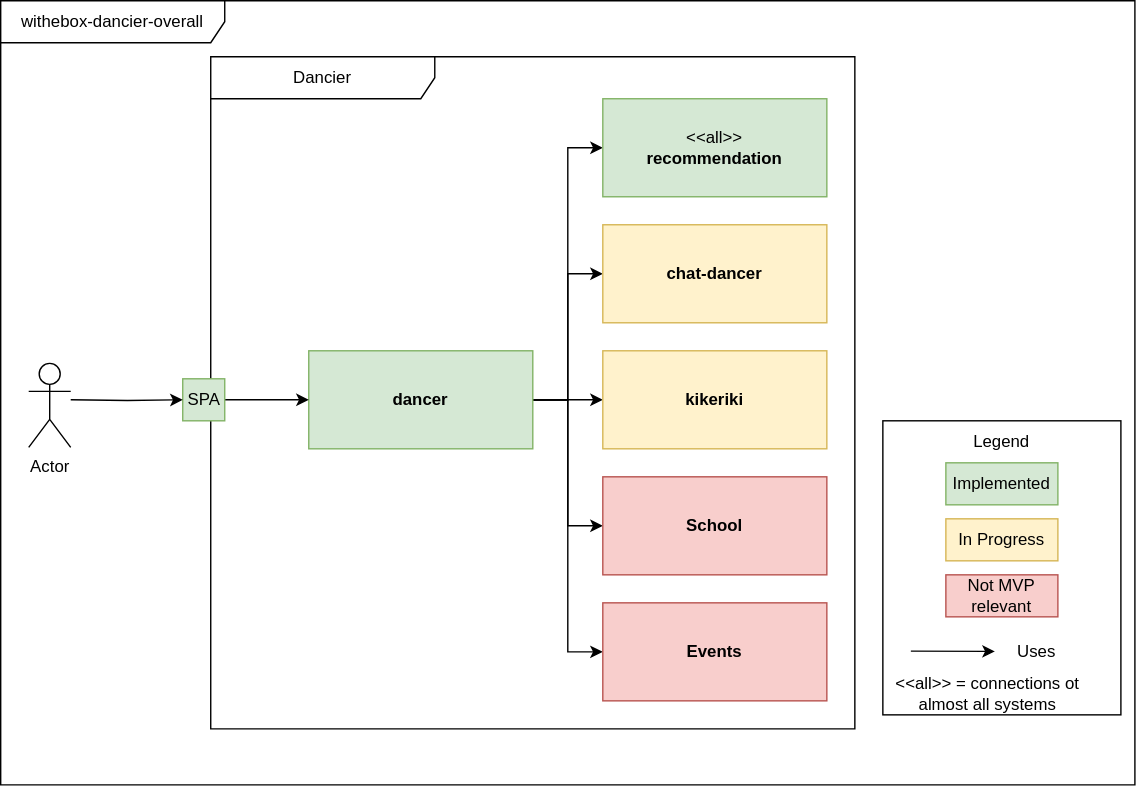
This is src/main/jbake/content/documentation/arc42/images/whitebox-overall-system.drawio.svg from dancier/documentation, a draw.io export, as it was before one commit. Source tidied: cells renumbered, new cells last; positions are measured from the earlier drawing's top-left corner, leaving out a move shared by most shapes.
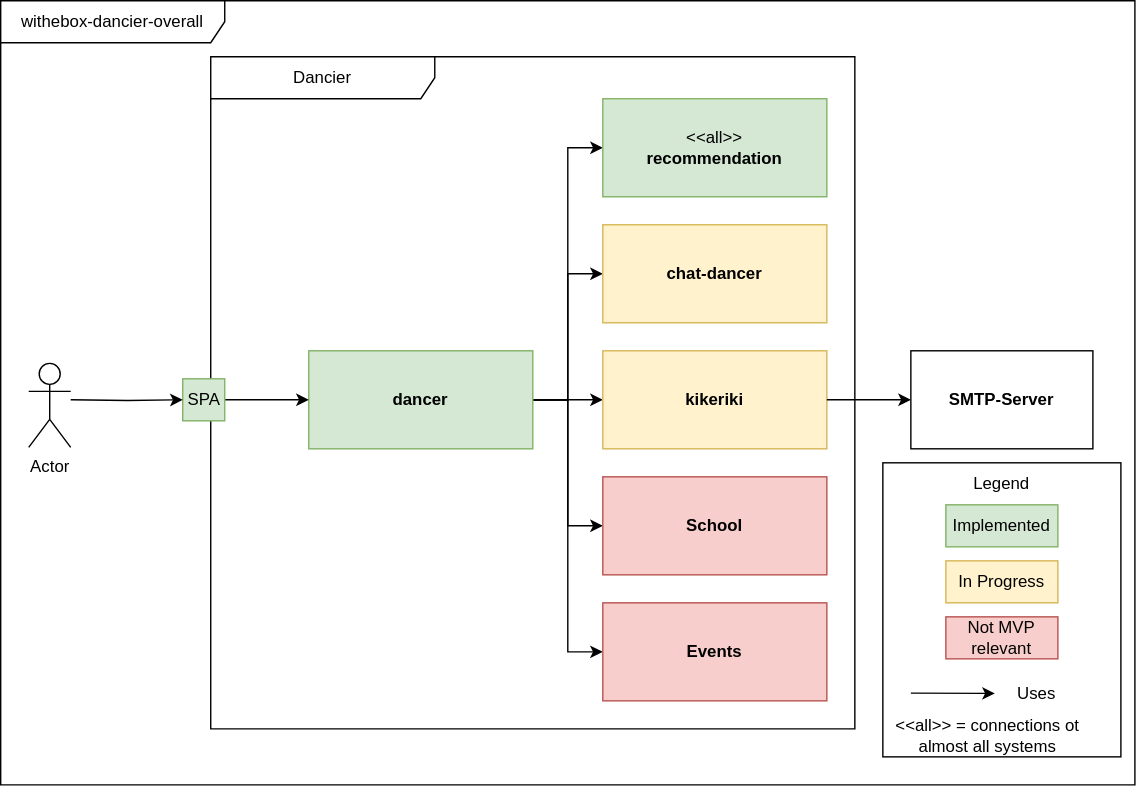
The same diagram one commit later.

Commit message:
added smtp-server to whitebox

Change to the diagram source:
```diff
@@ -6,22 +6,22 @@
       <mxGeometry width="810" height="560" as="geometry" />
     </mxCell>
     <mxCell id="3" style="rounded=0;whiteSpace=wrap;html=1;" parent="2" vertex="1">
-      <mxGeometry x="630" y="300" width="170" height="210" as="geometry" />
+      <mxGeometry x="630" y="330" width="170" height="210" as="geometry" />
     </mxCell>
     <mxCell id="4" value="Implemented" style="rounded=0;whiteSpace=wrap;html=1;fillColor=#d5e8d4;strokeColor=#82b366;" parent="2" vertex="1">
-      <mxGeometry x="675" y="330" width="80" height="30" as="geometry" />
+      <mxGeometry x="675" y="360" width="80" height="30" as="geometry" />
     </mxCell>
     <mxCell id="5" value="Not MVP relevant" style="rounded=0;whiteSpace=wrap;html=1;fillColor=#f8cecc;strokeColor=#b85450;" parent="2" vertex="1">
-      <mxGeometry x="675" y="410" width="80" height="30" as="geometry" />
+      <mxGeometry x="675" y="440" width="80" height="30" as="geometry" />
     </mxCell>
     <mxCell id="6" value="In Progress" style="rounded=0;whiteSpace=wrap;html=1;fillColor=#fff2cc;strokeColor=#d6b656;" parent="2" vertex="1">
-      <mxGeometry x="675" y="370" width="80" height="30" as="geometry" />
+      <mxGeometry x="675" y="400" width="80" height="30" as="geometry" />
     </mxCell>
     <mxCell id="7" value="Legend" style="text;html=1;strokeColor=none;fillColor=none;align=center;verticalAlign=middle;whiteSpace=wrap;rounded=0;" parent="2" vertex="1">
-      <mxGeometry x="685" y="300" width="60" height="30" as="geometry" />
+      <mxGeometry x="685" y="330" width="60" height="30" as="geometry" />
     </mxCell>
     <mxCell id="8" value="&amp;lt;&amp;lt;all&amp;gt;&amp;gt; = connections ot almost all systems" style="text;html=1;strokeColor=none;fillColor=none;align=center;verticalAlign=middle;whiteSpace=wrap;rounded=0;" parent="2" vertex="1">
-      <mxGeometry x="630" y="480" width="150" height="30" as="geometry" />
+      <mxGeometry x="630" y="510" width="150" height="30" as="geometry" />
     </mxCell>
     <mxCell id="9" value="Dancier" style="shape=umlFrame;whiteSpace=wrap;html=1;width=160;" parent="2" vertex="1">
       <mxGeometry x="150" y="40" width="460" height="480" as="geometry" />
@@ -63,14 +63,20 @@
       <mxGeometry x="20" y="259" width="30" height="60" as="geometry" />
     </mxCell>
     <mxCell id="22" value="Uses" style="text;html=1;strokeColor=none;fillColor=none;align=center;verticalAlign=middle;whiteSpace=wrap;rounded=0;" parent="2" vertex="1">
-      <mxGeometry x="710" y="450" width="60" height="30" as="geometry" />
+      <mxGeometry x="710" y="480" width="60" height="30" as="geometry" />
     </mxCell>
     <mxCell id="23" style="endArrow=classic;html=1;rounded=0;endFill=1;" parent="2" edge="1">
       <mxGeometry relative="1" as="geometry">
-        <mxPoint x="650" y="464.5" as="sourcePoint" />
-        <mxPoint x="710" y="464.7" as="targetPoint" />
+        <mxPoint x="650" y="494.5" as="sourcePoint" />
+        <mxPoint x="710" y="494.7" as="targetPoint" />
       </mxGeometry>
     </mxCell>
+    <mxCell id="27" value="&lt;b&gt;SMTP-Server&lt;/b&gt;" style="html=1;align=center;verticalAlign=middle;dashed=0;whiteSpace=wrap;" parent="2" vertex="1">
+      <mxGeometry x="650" y="250" width="130" height="70" as="geometry" />
+    </mxCell>
+    <mxCell id="28" style="edgeStyle=orthogonalEdgeStyle;rounded=0;jettySize=auto;html=1;entryX=0;entryY=0.5;entryDx=0;entryDy=0;" parent="2" edge="1" source="20" target="27">
+      <mxGeometry relative="1" as="geometry" />
+    </mxCell>
     <mxCell id="24" style="edgeStyle=orthogonalEdgeStyle;rounded=0;jettySize=auto;html=1;" parent="1" edge="1" source="25" target="15">
       <mxGeometry relative="1" as="geometry" />
     </mxCell>
```
